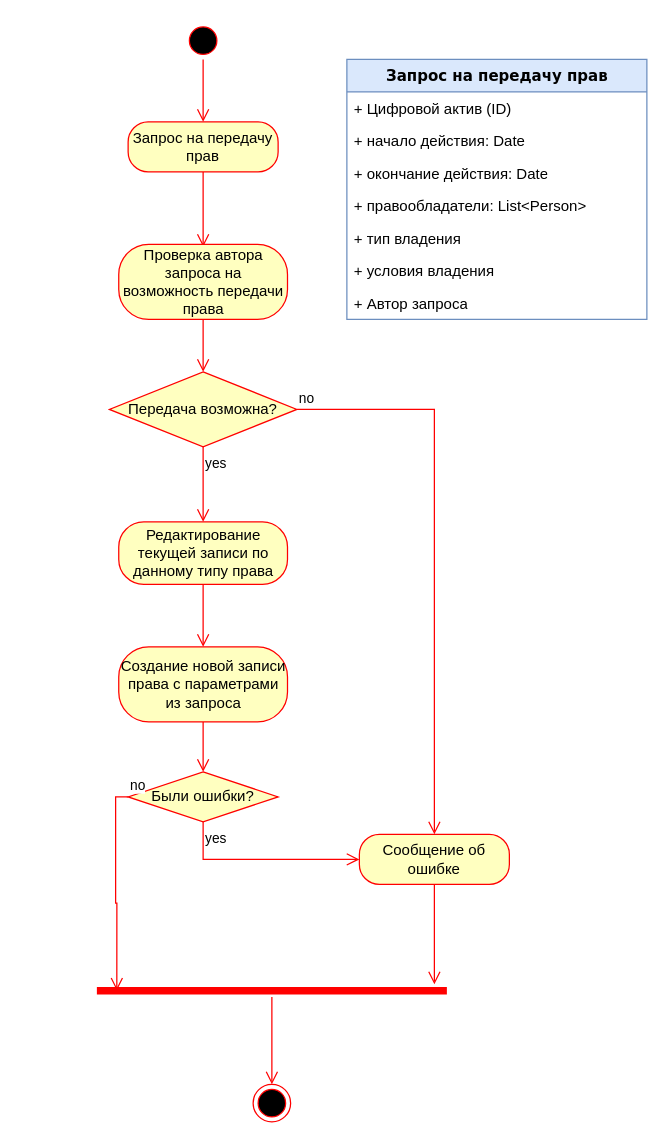
Above: page "передача прав" (4 of 4) of DA-API.drawio in ansamoylenko/da-api (draw.io), before the change. Source tidied: cells renumbered, new cells numbered last; positions are measured from the earlier drawing's top-left corner, leaving out a move shared by most shapes. Both pictures are drawn from the tidied source at 125%, with x=0, y=0 at pixel (96, 21).
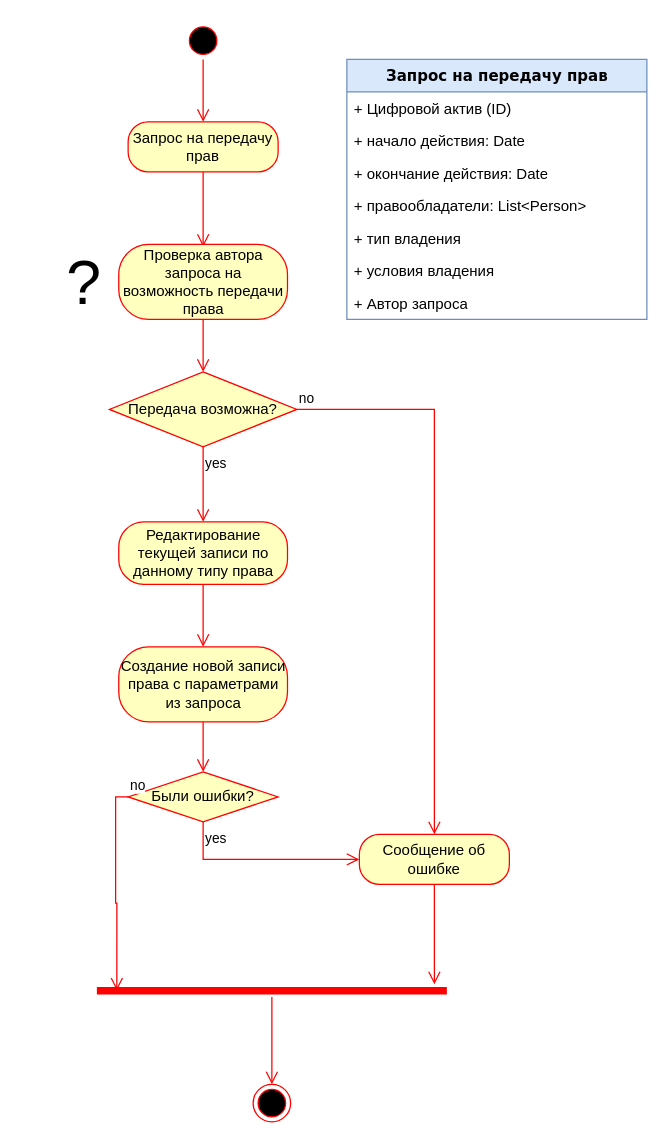
The same diagram, later.

Change to the diagram source:
```diff
@@
+    <mxCell id="31" value="&lt;font style=&quot;font-size: 50px;&quot;&gt;?&lt;/font&gt;" style="text;html=1;strokeColor=none;fillColor=none;align=center;verticalAlign=middle;whiteSpace=wrap;rounded=0;" parent="1" vertex="1">
+      <mxGeometry x="-60" y="163" width="100" height="90" as="geometry" />
+    </mxCell>
```
